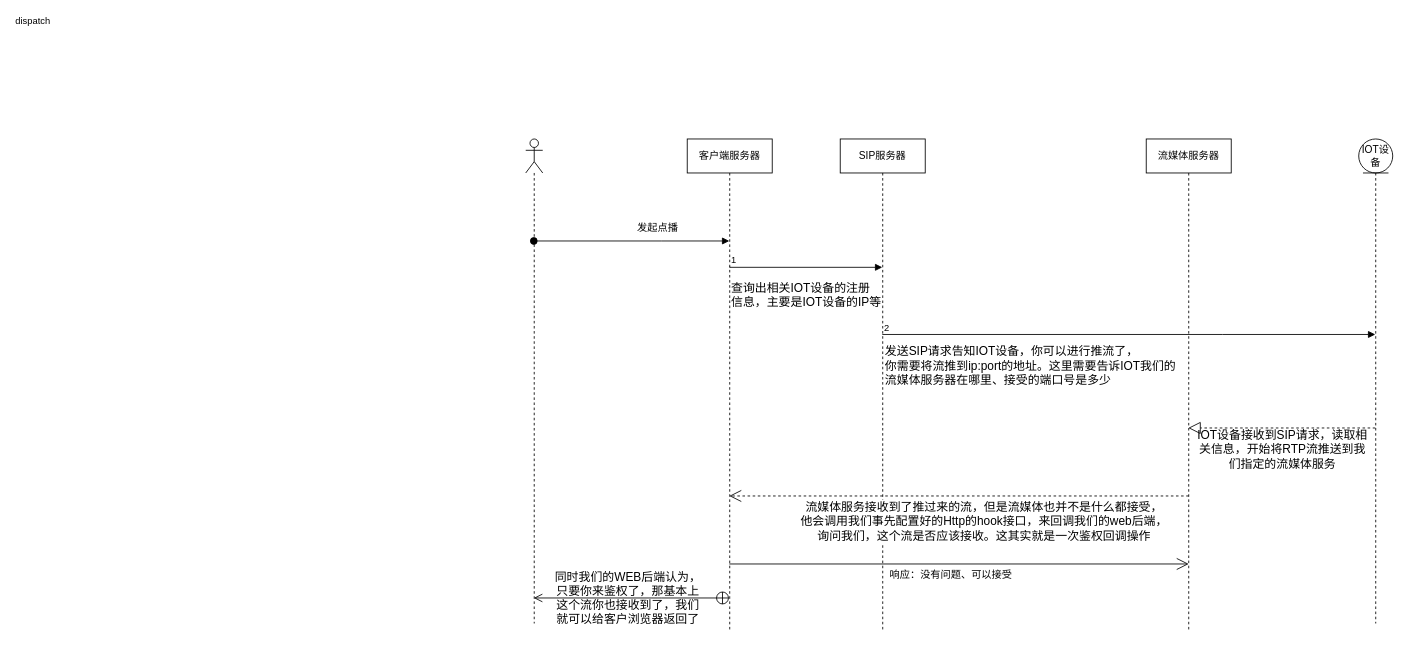
This is IOT推流.drawio from Rain-ziyu/img, a draw.io file, before an edit. Source tidied: cells renumbered, new cells numbered last; positions are measured from the earlier drawing's top-left corner, leaving out a move shared by most shapes. Both pictures are drawn from the tidied source at 85%, with x=0, y=0 at pixel (525, 139).
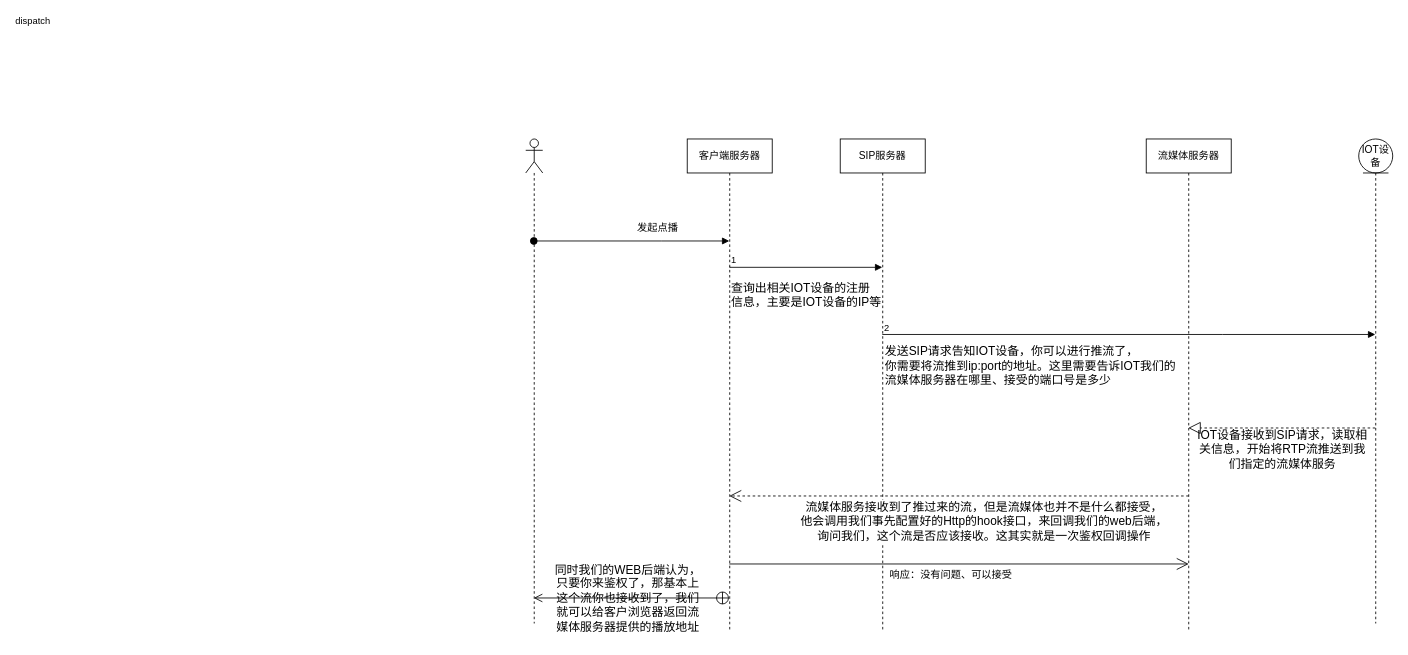
The same page after the edit.

Change to the diagram source:
```diff
@@
-    <mxCell id="19" value="&lt;font style=&quot;font-size: 14px;&quot;&gt;同时我们的WEB后端认为，&lt;br&gt;只要你来鉴权了，那基本上&lt;br&gt;这个流你也接收到了，我们&lt;br&gt;就可以给客户浏览器返回了&lt;/font&gt;" style="text;html=1;align=center;verticalAlign=middle;strokeColor=none;fillColor=none;" parent="1" vertex="1">
-      <mxGeometry x="20" y="500" width="200" height="80" as="geometry" />
+    <mxCell id="19" value="&lt;font style=&quot;font-size: 14px;&quot;&gt;同时我们的WEB后端认为，&lt;br&gt;只要你来鉴权了，那基本上&lt;br&gt;这个流你也接收到了，我们&lt;br&gt;就可以给客户浏览器返回流&lt;br&gt;媒体服务器提供的播放地址&lt;/font&gt;" style="text;html=1;align=center;verticalAlign=middle;strokeColor=none;fillColor=none;" parent="1" vertex="1">
+      <mxGeometry x="20" y="490" width="200" height="100" as="geometry" />
     </mxCell>
```
